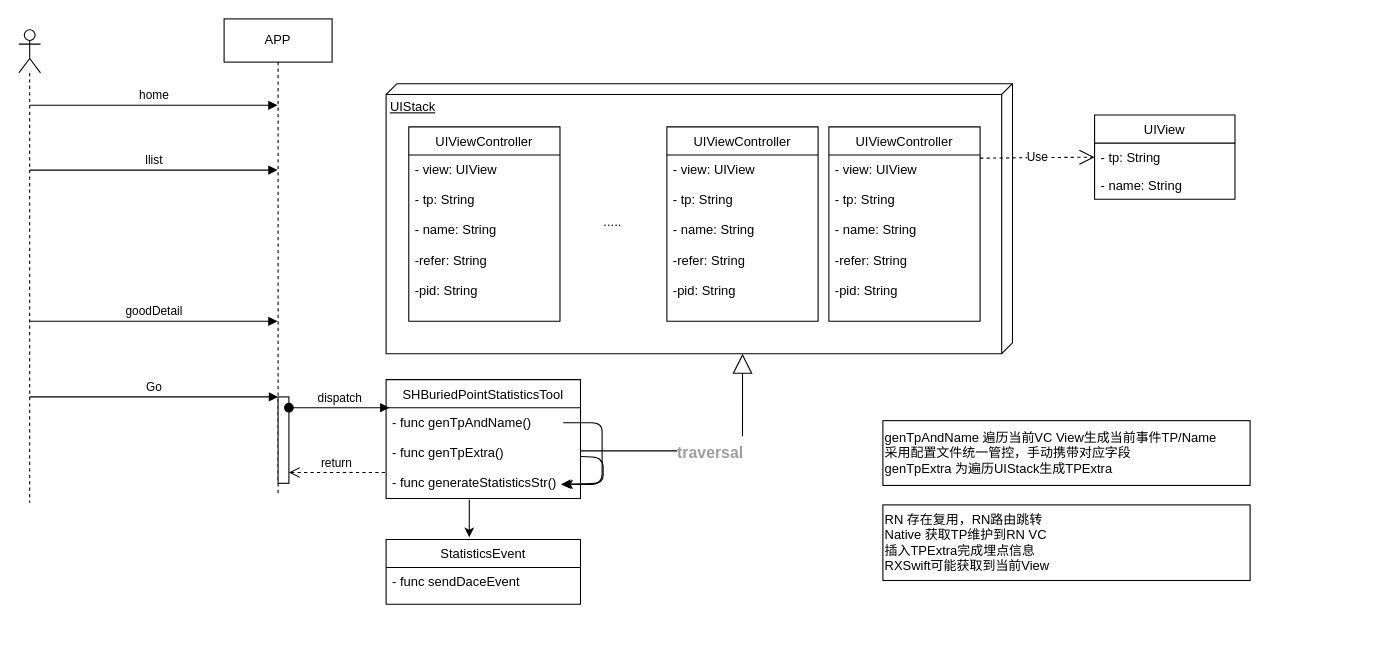
The draw.io diagram iOS埋点设计.drawio in aiquantong/Hero, before the edit. Source tidied: cells renumbered, new cells numbered last; positions are measured from the earlier drawing's top-left corner, leaving out a move shared by most shapes. Both pictures are drawn from the tidied source at 108%, with x=0, y=0 at pixel (18, 18).
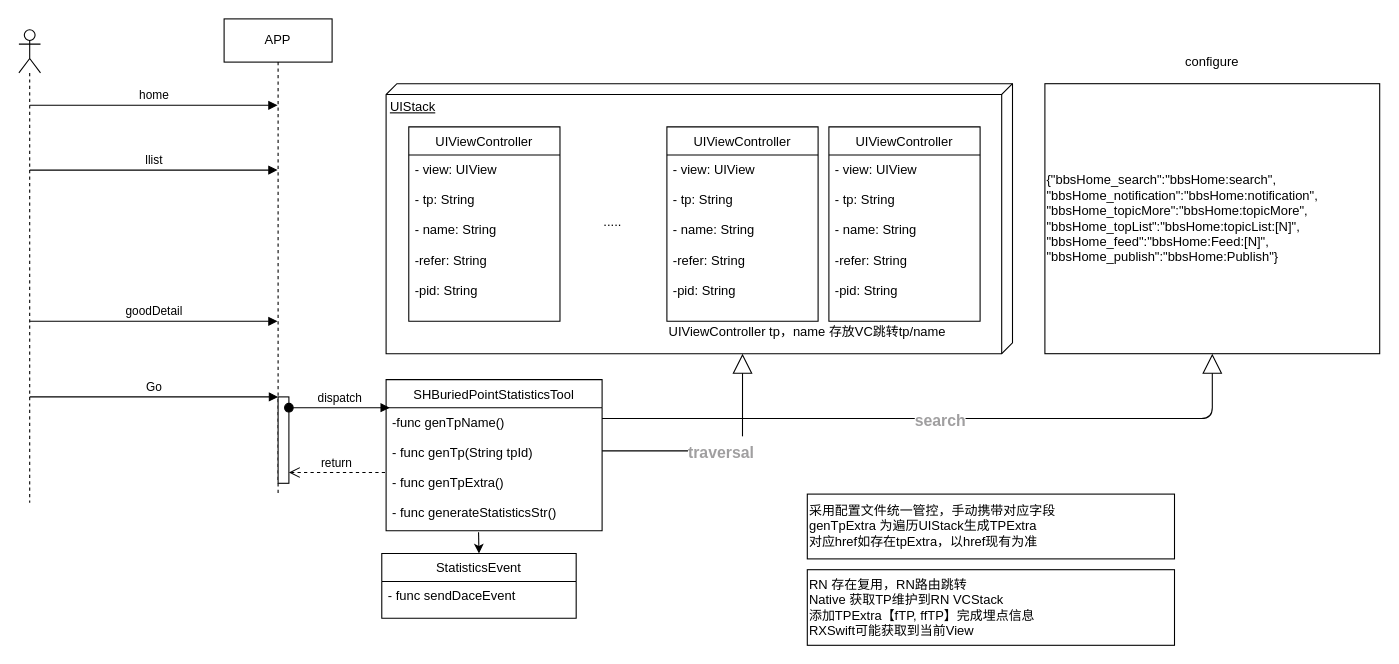
The same diagram, later.

Unchanged cells that the change refers to:
```xml
<mxCell id="2" value="UIStack" style="verticalAlign=top;align=left;spacingTop=8;spacingLeft=2;spacingRight=12;shape=cube;size=10;direction=south;fontStyle=4;html=1;" parent="1" vertex="1">
  <mxGeometry x="340" y="60" width="580" height="250" as="geometry" />
</mxCell>
<mxCell id="14" value="- view: UIView&#10;&#10;- tp: String&#10;&#10;- name: String&#10;&#10;-refer: String&#10;&#10;-pid: String" style="text;strokeColor=none;fillColor=none;align=left;verticalAlign=top;spacingLeft=4;spacingRight=4;overflow=hidden;points=[[0,0.5],[1,0.5]];portConstraint=eastwest;" parent="13" vertex="1">
  <mxGeometry y="26" width="140" height="154" as="geometry" />
</mxCell>
```

Change to the diagram source:
```diff
@@
-    <mxCell id="3" value="UIView" style="swimlane;fontStyle=0;horizontal=1;startSize=26;fillColor=none;" parent="1" vertex="1">
-      <mxGeometry x="996" y="89" width="130" height="78" as="geometry" />
-    </mxCell>
-    <mxCell id="4" value="- tp: String" style="text;strokeColor=none;fillColor=none;align=left;verticalAlign=top;spacingLeft=4;spacingRight=4;overflow=hidden;points=[[0,0.5],[1,0.5]];portConstraint=eastwest;" parent="3" vertex="1">
-      <mxGeometry y="26" width="130" height="26" as="geometry" />
-    </mxCell>
-    <mxCell id="5" value="- name: String" style="text;strokeColor=none;fillColor=none;align=left;verticalAlign=top;spacingLeft=4;spacingRight=4;overflow=hidden;" parent="3" vertex="1">
-      <mxGeometry y="52" width="130" height="26" as="geometry" />
-    </mxCell>
@@
     <mxCell id="8" value="SHBuriedPointStatisticsTool" style="swimlane;fontStyle=0;horizontal=1;startSize=26;fillColor=none;" parent="1" vertex="1">
-      <mxGeometry x="340" y="334" width="180" height="110" as="geometry" />
+      <mxGeometry x="340" y="334" width="200" height="140" as="geometry" />
     </mxCell>
-    <mxCell id="9" value="- func genTpAndName()&#10;&#10;- func genTpExtra()&#10;&#10;- func generateStatisticsStr()" style="text;strokeColor=none;fillColor=none;align=left;verticalAlign=top;spacingLeft=4;spacingRight=4;overflow=hidden;points=[[0,0.5],[1,0.5]];portConstraint=eastwest;" parent="8" vertex="1">
-      <mxGeometry y="26" width="180" height="84" as="geometry" />
+    <mxCell id="9" value="-func genTpName()&#10;&#10;- func genTp(String tpId)&#10;&#10;- func genTpExtra()&#10;&#10;- func generateStatisticsStr()" style="text;strokeColor=none;fillColor=none;align=left;verticalAlign=top;spacingLeft=4;spacingRight=4;overflow=hidden;points=[[0,0.5],[1,0.5]];portConstraint=eastwest;" parent="8" vertex="1">
+      <mxGeometry y="26" width="200" height="114" as="geometry" />
     </mxCell>
-    <mxCell id="10" style="endArrow=classic;html=1;entryX=1.022;entryY=0.845;entryDx=0;entryDy=0;entryPerimeter=0;" parent="8" edge="1">
-      <mxGeometry relative="1" as="geometry">
-        <mxPoint x="164" y="40" as="sourcePoint" />
-        <mxPoint x="164" y="97" as="targetPoint" />
-        <Array as="points">
-          <mxPoint x="200" y="40" />
-          <mxPoint x="200" y="56" />
-          <mxPoint x="200" y="97" />
-        </Array>
-      </mxGeometry>
-    </mxCell>
@@
-    <mxCell id="18" value="Use" style="endArrow=open;endSize=12;dashed=1;html=1;entryX=0;entryY=0.5;entryDx=0;entryDy=0;exitX=1;exitY=0.019;exitDx=0;exitDy=0;exitPerimeter=0;" parent="1" edge="1" source="14" target="4">
-      <mxGeometry relative="1" as="geometry" />
-    </mxCell>
@@
-    <mxCell id="26" style="endArrow=classic;html=1;entryX=0.9;entryY=0.988;entryDx=0;entryDy=0;entryPerimeter=0;" parent="1" edge="1" source="9">
-      <mxGeometry relative="1" as="geometry">
-        <mxPoint x="502" y="431" as="targetPoint" />
-        <Array as="points">
-          <mxPoint x="541" y="406" />
-          <mxPoint x="541" y="430" />
-        </Array>
-      </mxGeometry>
-    </mxCell>
     <mxCell id="27" value="StatisticsEvent" style="swimlane;fontStyle=0;horizontal=1;startSize=26;fillColor=none;" parent="1" vertex="1">
-      <mxGeometry x="340" y="482" width="180" height="60" as="geometry" />
+      <mxGeometry x="336" y="495" width="180" height="60" as="geometry" />
     </mxCell>
@@
-    <mxCell id="29" style="endArrow=classic;html=1;exitX=0.428;exitY=1.012;exitDx=0;exitDy=0;exitPerimeter=0;" parent="1" edge="1" source="9">
-      <mxGeometry relative="1" as="geometry">
-        <mxPoint x="417" y="480" as="targetPoint" />
-      </mxGeometry>
+    <mxCell id="29" style="endArrow=classic;html=1;exitX=0.428;exitY=1.012;exitDx=0;exitDy=0;exitPerimeter=0;entryX=0.5;entryY=0;entryDx=0;entryDy=0;" parent="1" edge="1" source="9" target="27">
+      <mxGeometry relative="1" as="geometry" />
     </mxCell>
     <mxCell id="30" value="&lt;h1 id=&quot;titleHeading&quot; style=&quot;margin: 0px ; background-position: 0px 0px&quot;&gt;&lt;font color=&quot;#a09fa0&quot; face=&quot;helvetica, lucida grande, lucida, verdana, sans-serif&quot;&gt;&lt;span style=&quot;font-size: 14.6667px&quot;&gt;traversal&lt;/span&gt;&lt;/font&gt;&lt;br&gt;&lt;/h1&gt;" style="endArrow=block;endSize=16;endFill=0;html=1;entryX=1;entryY=0.431;entryDx=0;entryDy=0;entryPerimeter=0;" parent="1" edge="1" target="2">
       <mxGeometry relative="1" as="geometry">
-        <mxPoint x="520" y="400" as="sourcePoint" />
+        <mxPoint x="540" y="400" as="sourcePoint" />
         <Array as="points">
           <mxPoint x="670" y="400" />
         </Array>
       </mxGeometry>
     </mxCell>
-    <mxCell id="31" value="&lt;span&gt;genTpAndName 遍历当前VC View生成当前事件TP/Name&lt;br&gt;采用配置文件统一管控，手动携带对应字段&lt;br&gt;&lt;/span&gt;&lt;span&gt;genTpExtra 为遍历UIStack生成TPExtra&lt;/span&gt;&lt;span&gt;&lt;br&gt;&lt;/span&gt;" style="rounded=0;whiteSpace=wrap;html=1;align=left;" parent="1" vertex="1">
-      <mxGeometry x="800" y="372" width="340" height="60" as="geometry" />
+    <mxCell id="31" value="&lt;span&gt;采用配置文件统一管控，手动携带对应字段&lt;br&gt;&lt;/span&gt;&lt;span&gt;genTpExtra 为遍历UIStack生成TPExtra&lt;br&gt;&lt;/span&gt;&lt;span&gt;对应href如存在tpExtra，以href现有为准&lt;br&gt;&lt;/span&gt;" style="rounded=0;whiteSpace=wrap;html=1;align=left;" parent="1" vertex="1">
+      <mxGeometry x="730" y="440" width="340" height="60" as="geometry" />
     </mxCell>
-    <mxCell id="32" value="&lt;span style=&quot;&quot;&gt;RN 存在复用，RN路由跳转&lt;br&gt;Native 获取TP维护到RN VC&lt;br&gt;插入TPExtra完成埋点信息&lt;br&gt;RXSwift可能获取到当前View&lt;br&gt;&lt;/span&gt;" style="rounded=0;whiteSpace=wrap;html=1;align=left;" parent="1" vertex="1">
-      <mxGeometry x="800" y="450" width="340" height="70" as="geometry" />
+    <mxCell id="32" value="&lt;span&gt;RN 存在复用，RN路由跳转&lt;br&gt;Native 获取TP维护到RN VCStack&lt;br&gt;添加TPExtra【fTP, ffTP】完成埋点信息&lt;br&gt;RXSwift可能获取到当前View&lt;br&gt;&lt;/span&gt;" style="rounded=0;whiteSpace=wrap;html=1;align=left;" parent="1" vertex="1">
+      <mxGeometry x="730" y="510" width="340" height="70" as="geometry" />
     </mxCell>
+    <mxCell id="33" value="UIViewController tp，name 存放VC跳转tp/name" style="text;html=1;strokeColor=none;fillColor=none;align=left;verticalAlign=middle;whiteSpace=wrap;rounded=0;" parent="1" vertex="1">
+      <mxGeometry x="600" y="280" width="290" height="20" as="geometry" />
+    </mxCell>
+    <mxCell id="34" value="{&quot;bbsHome_search&quot;:&quot;bbsHome:search&quot;,&lt;br&gt;&quot;bbsHome_notification&quot;:&quot;bbsHome:notification&quot;,&lt;br&gt;&quot;bbsHome_topicMore&quot;:&quot;bbsHome:topicMore&quot;,&lt;br&gt;&quot;bbsHome_topList&quot;:&quot;bbsHome:topicList:[N]&quot;,&lt;br&gt;&quot;bbsHome_feed&quot;:&quot;bbsHome:Feed:[N]&quot;,&lt;br&gt;&quot;bbsHome_publish&quot;:&quot;bbsHome:Publish&quot;}" style="rounded=0;whiteSpace=wrap;html=1;align=left;" parent="1" vertex="1">
+      <mxGeometry x="950" y="60" width="310" height="250" as="geometry" />
+    </mxCell>
+    <mxCell id="35" value="&lt;h1 id=&quot;titleHeading&quot; style=&quot;margin: 0px ; background-position: 0px 0px&quot;&gt;&lt;font color=&quot;#a09fa0&quot; face=&quot;helvetica, lucida grande, lucida, verdana, sans-serif&quot;&gt;&lt;span style=&quot;font-size: 14.6667px&quot;&gt;search&lt;/span&gt;&lt;/font&gt;&lt;/h1&gt;" style="endArrow=block;endSize=16;endFill=0;html=1;entryX=0.5;entryY=1;entryDx=0;entryDy=0;" parent="1" edge="1" target="34">
+      <mxGeometry relative="1" as="geometry">
+        <mxPoint x="540" y="370" as="sourcePoint" />
+        <Array as="points">
+          <mxPoint x="1105" y="370" />
+        </Array>
+      </mxGeometry>
+    </mxCell>
+    <mxCell id="36" value="configure" style="text;html=1;strokeColor=none;fillColor=none;align=center;verticalAlign=middle;whiteSpace=wrap;rounded=0;" parent="1" vertex="1">
+      <mxGeometry x="1080" y="30" width="50" height="20" as="geometry" />
+    </mxCell>
```
